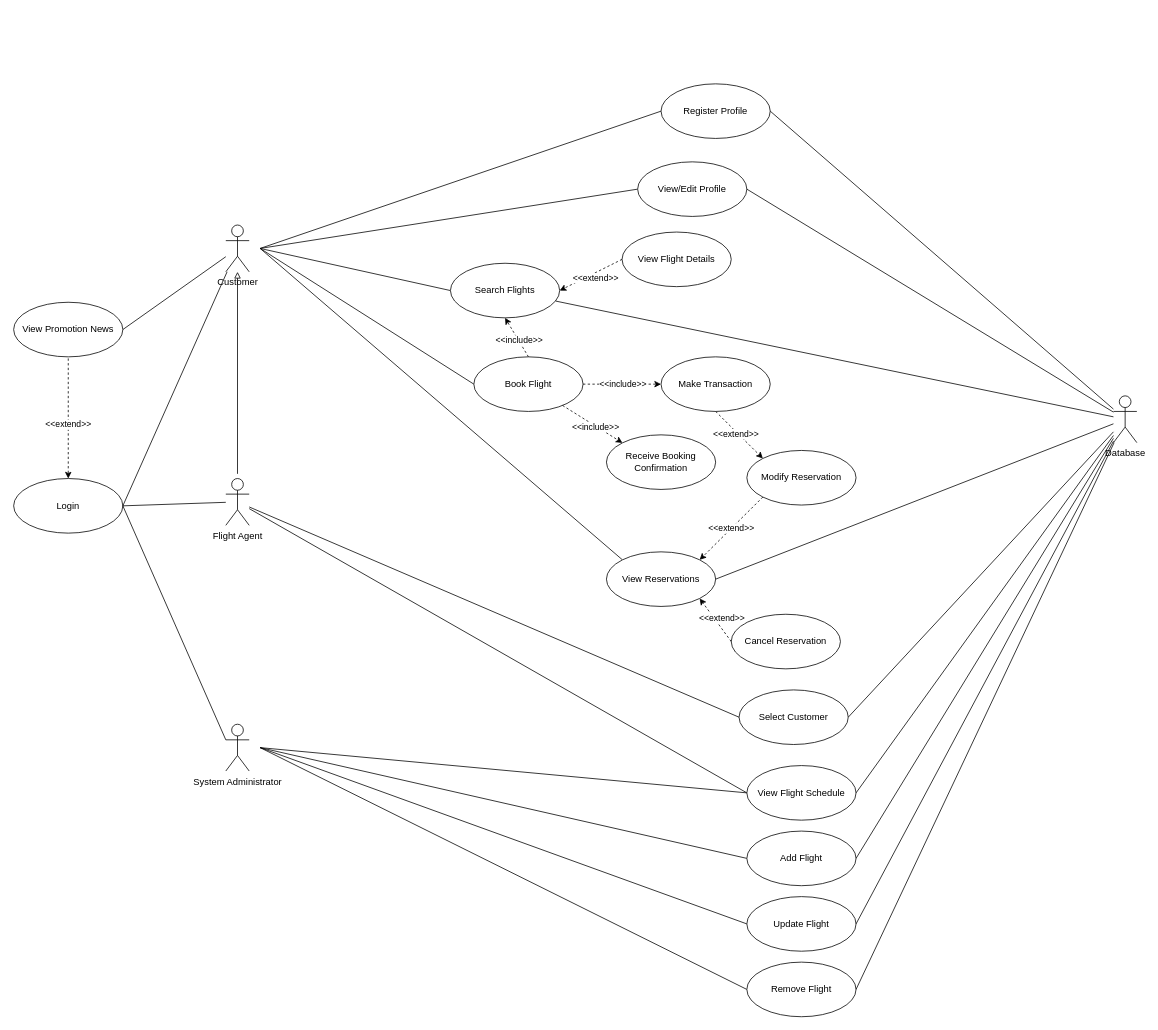
Before: diagrams/UseCaseDiagramV2.drawio in EricTHallett/ENSF-480-Term-Project, a draw.io diagram. Source tidied: cells renumbered, new cells numbered last; positions are measured from the earlier drawing's top-left corner, leaving out a move shared by most shapes. Both pictures are drawn from the tidied source at 78%, with x=0, y=0 at pixel (13, 83).
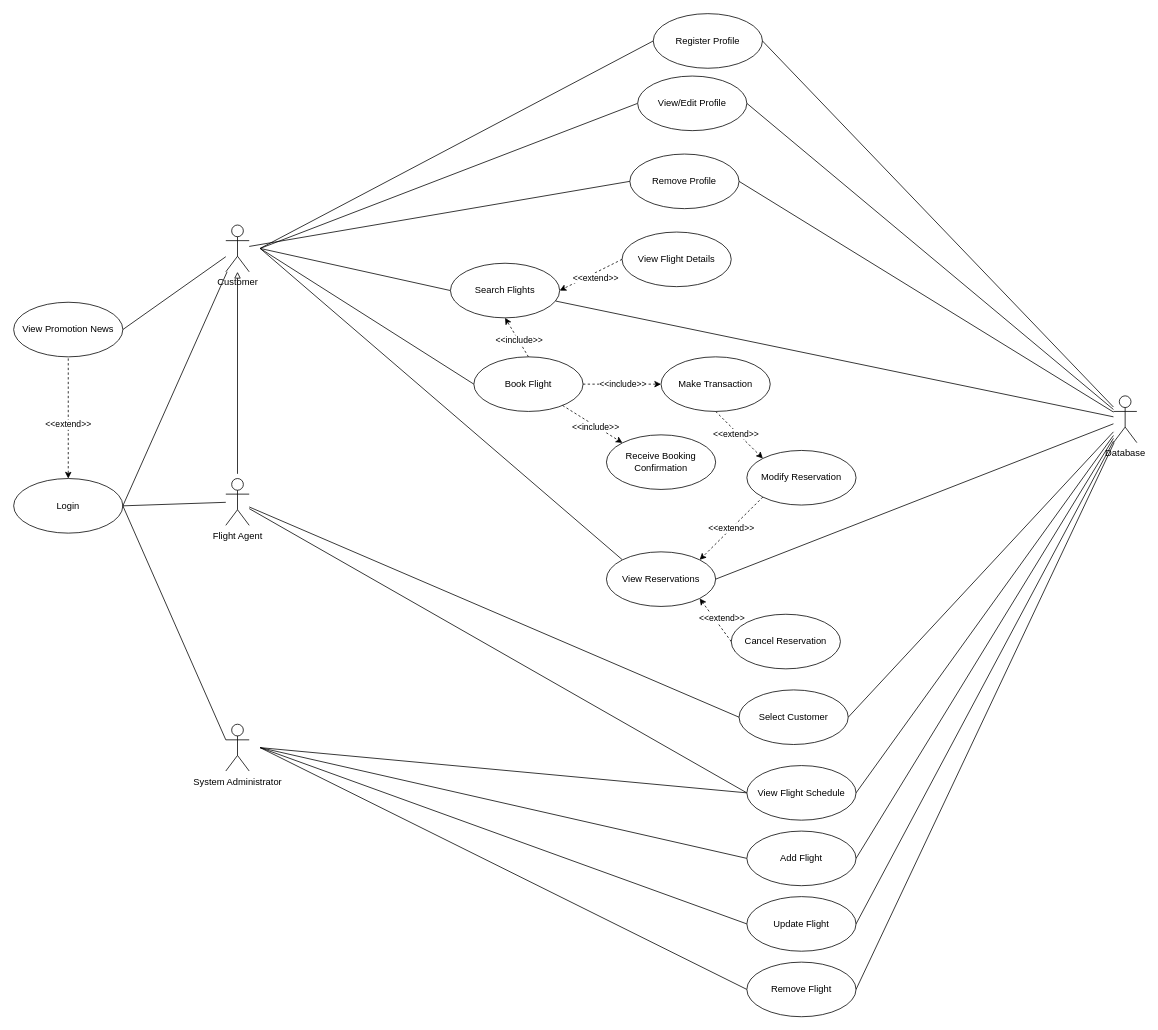
After the change.

Commit message:
Add 'Remove Profile' use case

Unchanged cells that the change refers to:
```xml
<mxCell id="22" value="Customer" style="shape=umlActor;verticalLabelPosition=bottom;verticalAlign=top;html=1;outlineConnect=0;labelPerimeter=1;" parent="1" vertex="1">
  <mxGeometry x="272" y="181" width="30" height="60" as="geometry" />
</mxCell>
<mxCell id="53" value="Database" style="shape=umlActor;verticalLabelPosition=bottom;verticalAlign=top;html=1;outlineConnect=0;labelPerimeter=1;" parent="1" vertex="1">
  <mxGeometry x="1410" y="400" width="30" height="60" as="geometry" />
</mxCell>
```

Diff of the diagram source:
```diff
@@
     <mxCell id="24" value="View/Edit Profile" style="ellipse;whiteSpace=wrap;html=1;" parent="1" vertex="1">
-      <mxGeometry x="800" y="100" width="140" height="70" as="geometry" />
+      <mxGeometry x="800" y="-10" width="140" height="70" as="geometry" />
     </mxCell>
     <mxCell id="25" value="Register Profile" style="ellipse;whiteSpace=wrap;html=1;" parent="1" vertex="1">
-      <mxGeometry x="830" width="140" height="70" as="geometry" />
+      <mxGeometry x="820" y="-90" width="140" height="70" as="geometry" />
     </mxCell>
@@
+    <mxCell id="64" value="Remove Profile" style="ellipse;whiteSpace=wrap;html=1;" parent="1" vertex="1">
+      <mxGeometry x="790" y="90" width="140" height="70" as="geometry" />
+    </mxCell>
+    <mxCell id="65" style="endArrow=none;html=1;rounded=0;defaultLabelBackgroundColor=page;labelPadding=0 4;entryX=0;entryY=0.5;entryDx=0;entryDy=0;" parent="1" edge="1" source="22" target="64">
+      <mxGeometry relative="1" as="geometry" />
+    </mxCell>
+    <mxCell id="66" style="endArrow=none;html=1;rounded=0;defaultLabelBackgroundColor=page;labelPadding=0 4;entryX=1;entryY=0.5;entryDx=0;entryDy=0;" parent="1" edge="1" source="53" target="64">
+      <mxGeometry relative="1" as="geometry" />
+    </mxCell>
```
